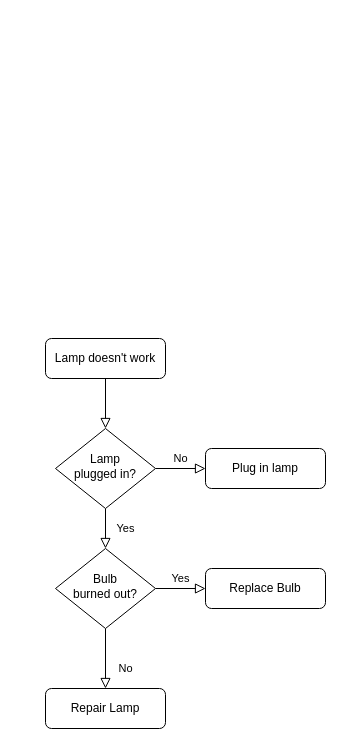
Before: flowchart planering.drawio in JakeBow/shopping-list, a draw.io diagram. Source tidied: cells renumbered, new cells numbered last; positions are measured from the earlier drawing's top-left corner, leaving out a move shared by most shapes. Both pictures are drawn from the tidied source at 100%, with x=0, y=0 at pixel (45, 338).
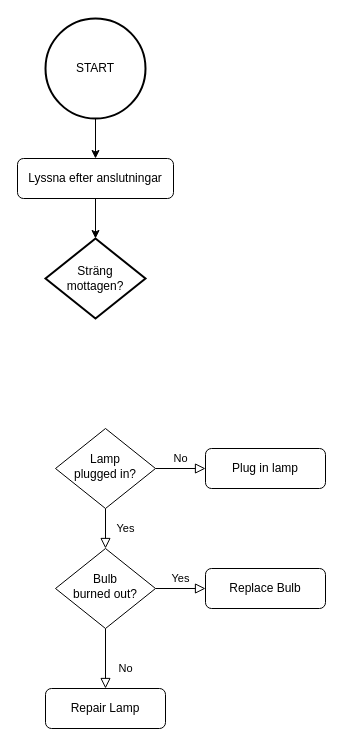
After the change.

Change to the diagram source:
```diff
@@
 <mxGraphModel>
   <root>
     <mxCell id="0" />
     <mxCell id="1" parent="0" />
-    <mxCell id="2" style="rounded=0;html=1;jettySize=auto;fontSize=11;endArrow=block;endFill=0;endSize=8;strokeWidth=1;shadow=0;labelBackgroundColor=none;edgeStyle=orthogonalEdgeStyle;" parent="1" edge="1" source="3" target="6">
-      <mxGeometry relative="1" as="geometry" />
-    </mxCell>
-    <mxCell id="3" value="Lamp doesn't work" style="rounded=1;whiteSpace=wrap;html=1;fontSize=12;glass=0;strokeWidth=1;shadow=0;" parent="1" vertex="1">
-      <mxGeometry width="120" height="40" as="geometry" />
+    <mxCell id="3" value="Lyssna efter anslutningar" style="rounded=1;whiteSpace=wrap;html=1;fontSize=12;glass=0;strokeWidth=1;shadow=0;" parent="1" vertex="1">
+      <mxGeometry x="-28" y="-180" width="156" height="40" as="geometry" />
     </mxCell>
     <mxCell id="4" value="Yes" style="rounded=0;html=1;jettySize=auto;fontSize=11;endArrow=block;endFill=0;endSize=8;strokeWidth=1;shadow=0;labelBackgroundColor=none;edgeStyle=orthogonalEdgeStyle;" parent="1" edge="1" source="6" target="10">
       <mxGeometry y="20" relative="1" as="geometry" />
     </mxCell>
     <mxCell id="5" value="No" style="edgeStyle=orthogonalEdgeStyle;rounded=0;html=1;jettySize=auto;fontSize=11;endArrow=block;endFill=0;endSize=8;strokeWidth=1;shadow=0;labelBackgroundColor=none;" parent="1" edge="1" source="6" target="7">
       <mxGeometry y="10" relative="1" as="geometry" />
     </mxCell>
     <mxCell id="6" value="Lamp&lt;br&gt;plugged in?" style="rhombus;whiteSpace=wrap;html=1;shadow=0;fontFamily=Helvetica;fontSize=12;align=center;strokeWidth=1;spacing=6;spacingTop=-4;" parent="1" vertex="1">
       <mxGeometry x="10" y="90" width="100" height="80" as="geometry" />
     </mxCell>
     <mxCell id="7" value="Plug in lamp" style="rounded=1;whiteSpace=wrap;html=1;fontSize=12;glass=0;strokeWidth=1;shadow=0;" parent="1" vertex="1">
       <mxGeometry x="160" y="110" width="120" height="40" as="geometry" />
     </mxCell>
     <mxCell id="8" value="No" style="rounded=0;html=1;jettySize=auto;fontSize=11;endArrow=block;endFill=0;endSize=8;strokeWidth=1;shadow=0;labelBackgroundColor=none;edgeStyle=orthogonalEdgeStyle;" parent="1" edge="1" source="10" target="11">
       <mxGeometry x="0.33" y="20" relative="1" as="geometry" />
     </mxCell>
     <mxCell id="9" value="Yes" style="edgeStyle=orthogonalEdgeStyle;rounded=0;html=1;jettySize=auto;fontSize=11;endArrow=block;endFill=0;endSize=8;strokeWidth=1;shadow=0;labelBackgroundColor=none;" parent="1" edge="1" source="10" target="12">
       <mxGeometry y="10" relative="1" as="geometry" />
     </mxCell>
     <mxCell id="10" value="Bulb&lt;br&gt;burned out?" style="rhombus;whiteSpace=wrap;html=1;shadow=0;fontFamily=Helvetica;fontSize=12;align=center;strokeWidth=1;spacing=6;spacingTop=-4;" parent="1" vertex="1">
       <mxGeometry x="10" y="210" width="100" height="80" as="geometry" />
     </mxCell>
     <mxCell id="11" value="Repair Lamp" style="rounded=1;whiteSpace=wrap;html=1;fontSize=12;glass=0;strokeWidth=1;shadow=0;" parent="1" vertex="1">
       <mxGeometry y="350" width="120" height="40" as="geometry" />
     </mxCell>
     <mxCell id="12" value="Replace Bulb" style="rounded=1;whiteSpace=wrap;html=1;fontSize=12;glass=0;strokeWidth=1;shadow=0;" parent="1" vertex="1">
       <mxGeometry x="160" y="230" width="120" height="40" as="geometry" />
     </mxCell>
+    <mxCell id="13" style="edgeStyle=orthogonalEdgeStyle;rounded=0;jettySize=auto;html=1;exitX=0.5;exitY=1;exitDx=0;exitDy=0;exitPerimeter=0;" parent="1" edge="1" source="14" target="3">
+      <mxGeometry relative="1" as="geometry" />
+    </mxCell>
+    <mxCell id="14" value="&lt;div&gt;START&lt;/div&gt;" style="strokeWidth=2;html=1;shape=mxgraph.flowchart.start_2;whiteSpace=wrap;" parent="1" vertex="1">
+      <mxGeometry y="-320" width="100" height="100" as="geometry" />
+    </mxCell>
+    <mxCell id="15" style="edgeStyle=orthogonalEdgeStyle;rounded=0;jettySize=auto;html=1;exitX=0.5;exitY=1;exitDx=0;exitDy=0;entryX=0.5;entryY=0;entryDx=0;entryDy=0;entryPerimeter=0;" parent="1" edge="1" source="3" target="16">
+      <mxGeometry relative="1" as="geometry" />
+    </mxCell>
+    <mxCell id="16" value="&lt;div&gt;Sträng&lt;/div&gt;&lt;div&gt;mottagen?&lt;/div&gt;" style="strokeWidth=2;html=1;shape=mxgraph.flowchart.decision;whiteSpace=wrap;" parent="1" vertex="1">
+      <mxGeometry y="-100" width="100" height="80" as="geometry" />
+    </mxCell>
   </root>
 </mxGraphModel>
```
